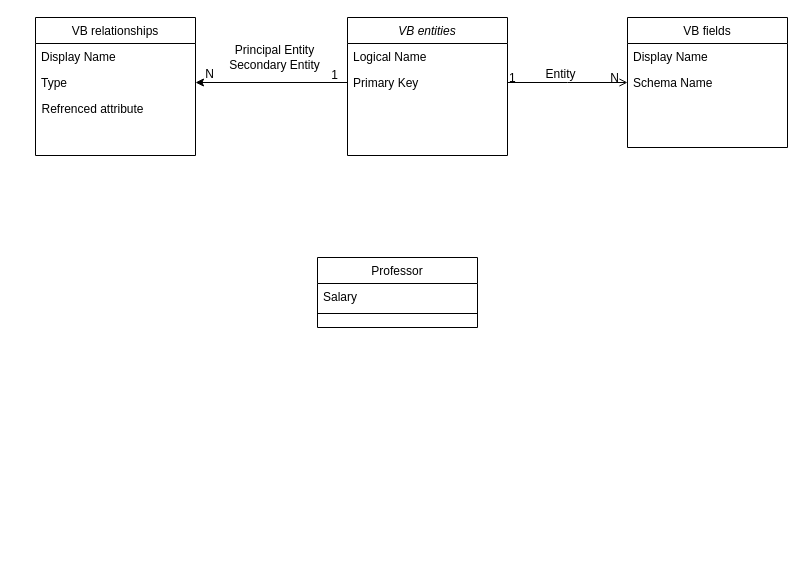
Above: Diagramme sans nom.drawio in Chadibz/Chadibz (draw.io), before the change. Source tidied: cells renumbered, new cells numbered last; positions are measured from the earlier drawing's top-left corner, leaving out a move shared by most shapes. Both pictures are drawn from the tidied source at 100%, with x=0, y=0 at pixel (27, 17).
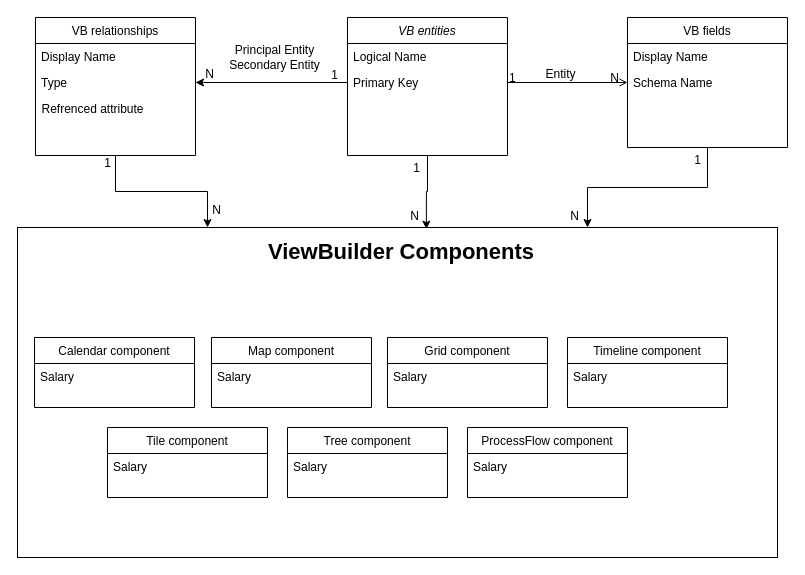
The same diagram, later.

Commit message (it also covers changes not shown here):
Mettre à jour Diagramme sans nom.drawio

Unchanged cells that the change refers to:
```xml
<mxCell id="2" value="VB entities" style="swimlane;fontStyle=2;align=center;verticalAlign=top;horizontal=1;startSize=26;rounded=0;shadow=0;strokeWidth=1;" parent="1" vertex="1">
  <mxGeometry x="320" width="160" height="138" as="geometry" />
</mxCell>
<mxCell id="5" value="VB relationships" style="swimlane;fontStyle=0;align=center;verticalAlign=top;horizontal=1;startSize=26;rounded=0;shadow=0;strokeWidth=1;" parent="1" vertex="1">
  <mxGeometry x="8" width="160" height="138" as="geometry" />
</mxCell>
<mxCell id="11" value="VB fields" style="swimlane;fontStyle=0;align=center;verticalAlign=top;horizontal=1;startSize=26;rounded=0;shadow=0;strokeWidth=1;" parent="1" vertex="1">
  <mxGeometry x="600" width="160" height="130" as="geometry" />
</mxCell>
```

What changed in the source:
```diff
@@
+    <mxCell id="23" style="rounded=0;whiteSpace=wrap;html=1;fillColor=default;" parent="1" vertex="1">
+      <mxGeometry x="-10" y="210" width="760" height="330" as="geometry" />
+    </mxCell>
+    <mxCell id="24" style="edgeStyle=orthogonalEdgeStyle;rounded=0;jettySize=auto;html=1;exitX=0.5;exitY=1;exitDx=0;exitDy=0;entryX=0.25;entryY=0;entryDx=0;entryDy=0;" parent="1" edge="1" source="5" target="23">
+      <mxGeometry relative="1" as="geometry" />
+    </mxCell>
@@
-    <mxCell id="8" value="Professor" style="swimlane;fontStyle=0;align=center;verticalAlign=top;horizontal=1;startSize=26;rounded=0;shadow=0;strokeWidth=1;" parent="1" vertex="1">
-      <mxGeometry x="290" y="240" width="160" height="70" as="geometry" />
+    <mxCell id="8" value="Calendar component" style="swimlane;fontStyle=0;align=center;verticalAlign=top;horizontal=1;startSize=26;rounded=0;shadow=0;strokeWidth=1;" parent="1" vertex="1">
+      <mxGeometry x="7" y="320" width="160" height="70" as="geometry" />
     </mxCell>
     <mxCell id="9" value="Salary" style="text;align=left;verticalAlign=top;spacingLeft=4;spacingRight=4;overflow=hidden;" parent="8" vertex="1">
-      <mxGeometry y="26" width="160" height="26" as="geometry" />
+      <mxGeometry y="26" width="160" height="22" as="geometry" />
     </mxCell>
-    <mxCell id="10" style="line;html=1;strokeWidth=1;align=left;verticalAlign=middle;spacingTop=-1;spacingLeft=3;spacingRight=3;labelPosition=right;" parent="8" vertex="1">
-      <mxGeometry y="52" width="160" height="8" as="geometry" />
-    </mxCell>
+    <mxCell id="25" style="edgeStyle=orthogonalEdgeStyle;rounded=0;jettySize=auto;html=1;exitX=0.5;exitY=1;exitDx=0;exitDy=0;entryX=0.75;entryY=0;entryDx=0;entryDy=0;" parent="1" edge="1" source="11" target="23">
+      <mxGeometry relative="1" as="geometry" />
+    </mxCell>
@@
+    <mxCell id="26" value="&lt;b&gt;&lt;font style=&quot;font-size: 22px;&quot;&gt;ViewBuilder Components&lt;/font&gt;&lt;/b&gt;" style="text;strokeColor=none;align=center;fillColor=none;html=1;verticalAlign=middle;whiteSpace=wrap;rounded=0;" parent="1" vertex="1">
+      <mxGeometry x="184" y="220" width="380" height="30" as="geometry" />
+    </mxCell>
+    <mxCell id="27" value="Map component" style="swimlane;fontStyle=0;align=center;verticalAlign=top;horizontal=1;startSize=26;rounded=0;shadow=0;strokeWidth=1;" parent="1" vertex="1">
+      <mxGeometry x="184" y="320" width="160" height="70" as="geometry" />
+    </mxCell>
+    <mxCell id="28" value="Salary" style="text;align=left;verticalAlign=top;spacingLeft=4;spacingRight=4;overflow=hidden;" parent="27" vertex="1">
+      <mxGeometry y="26" width="160" height="22" as="geometry" />
+    </mxCell>
+    <mxCell id="29" value="Grid component" style="swimlane;fontStyle=0;align=center;verticalAlign=top;horizontal=1;startSize=26;rounded=0;shadow=0;strokeWidth=1;" parent="1" vertex="1">
+      <mxGeometry x="360" y="320" width="160" height="70" as="geometry" />
+    </mxCell>
+    <mxCell id="30" value="Salary" style="text;align=left;verticalAlign=top;spacingLeft=4;spacingRight=4;overflow=hidden;" parent="29" vertex="1">
+      <mxGeometry y="26" width="160" height="22" as="geometry" />
+    </mxCell>
+    <mxCell id="31" value="Timeline component" style="swimlane;fontStyle=0;align=center;verticalAlign=top;horizontal=1;startSize=26;rounded=0;shadow=0;strokeWidth=1;" parent="1" vertex="1">
+      <mxGeometry x="540" y="320" width="160" height="70" as="geometry" />
+    </mxCell>
+    <mxCell id="32" value="Salary" style="text;align=left;verticalAlign=top;spacingLeft=4;spacingRight=4;overflow=hidden;" parent="31" vertex="1">
+      <mxGeometry y="26" width="160" height="22" as="geometry" />
+    </mxCell>
+    <mxCell id="33" value="Tile component" style="swimlane;fontStyle=0;align=center;verticalAlign=top;horizontal=1;startSize=26;rounded=0;shadow=0;strokeWidth=1;" parent="1" vertex="1">
+      <mxGeometry x="80" y="410" width="160" height="70" as="geometry" />
+    </mxCell>
+    <mxCell id="34" value="Salary" style="text;align=left;verticalAlign=top;spacingLeft=4;spacingRight=4;overflow=hidden;" parent="33" vertex="1">
+      <mxGeometry y="26" width="160" height="22" as="geometry" />
+    </mxCell>
+    <mxCell id="35" value="Tree component" style="swimlane;fontStyle=0;align=center;verticalAlign=top;horizontal=1;startSize=26;rounded=0;shadow=0;strokeWidth=1;" parent="1" vertex="1">
+      <mxGeometry x="260" y="410" width="160" height="70" as="geometry" />
+    </mxCell>
+    <mxCell id="36" value="Salary" style="text;align=left;verticalAlign=top;spacingLeft=4;spacingRight=4;overflow=hidden;" parent="35" vertex="1">
+      <mxGeometry y="26" width="160" height="22" as="geometry" />
+    </mxCell>
+    <mxCell id="37" value="ProcessFlow component" style="swimlane;fontStyle=0;align=center;verticalAlign=top;horizontal=1;startSize=26;rounded=0;shadow=0;strokeWidth=1;" parent="1" vertex="1">
+      <mxGeometry x="440" y="410" width="160" height="70" as="geometry" />
+    </mxCell>
+    <mxCell id="38" value="Salary" style="text;align=left;verticalAlign=top;spacingLeft=4;spacingRight=4;overflow=hidden;" parent="37" vertex="1">
+      <mxGeometry y="26" width="160" height="22" as="geometry" />
+    </mxCell>
+    <mxCell id="39" style="edgeStyle=orthogonalEdgeStyle;rounded=0;jettySize=auto;html=1;exitX=0.5;exitY=1;exitDx=0;exitDy=0;entryX=0.538;entryY=0.005;entryDx=0;entryDy=0;entryPerimeter=0;" parent="1" edge="1" source="2" target="23">
+      <mxGeometry relative="1" as="geometry" />
+    </mxCell>
+    <mxCell id="40" value="N" style="text;html=1;align=center;verticalAlign=middle;strokeColor=none;fillColor=none;" parent="1" vertex="1">
+      <mxGeometry x="174" y="178" width="30" height="30" as="geometry" />
+    </mxCell>
+    <mxCell id="41" value="1" style="text;html=1;align=center;verticalAlign=middle;strokeColor=none;fillColor=none;" parent="1" vertex="1">
+      <mxGeometry x="65" y="131" width="30" height="30" as="geometry" />
+    </mxCell>
+    <mxCell id="42" value="1" style="text;html=1;align=center;verticalAlign=middle;strokeColor=none;fillColor=none;" parent="1" vertex="1">
+      <mxGeometry x="374" y="136" width="30" height="30" as="geometry" />
+    </mxCell>
+    <mxCell id="43" value="N" style="text;html=1;align=center;verticalAlign=middle;strokeColor=none;fillColor=none;" parent="1" vertex="1">
+      <mxGeometry x="372" y="184" width="30" height="30" as="geometry" />
+    </mxCell>
+    <mxCell id="44" value="N" style="text;html=1;align=center;verticalAlign=middle;strokeColor=none;fillColor=none;" parent="1" vertex="1">
+      <mxGeometry x="532" y="184" width="30" height="30" as="geometry" />
+    </mxCell>
+    <mxCell id="45" value="1" style="text;html=1;align=center;verticalAlign=middle;strokeColor=none;fillColor=none;" parent="1" vertex="1">
+      <mxGeometry x="655" y="128" width="30" height="30" as="geometry" />
+    </mxCell>
```
